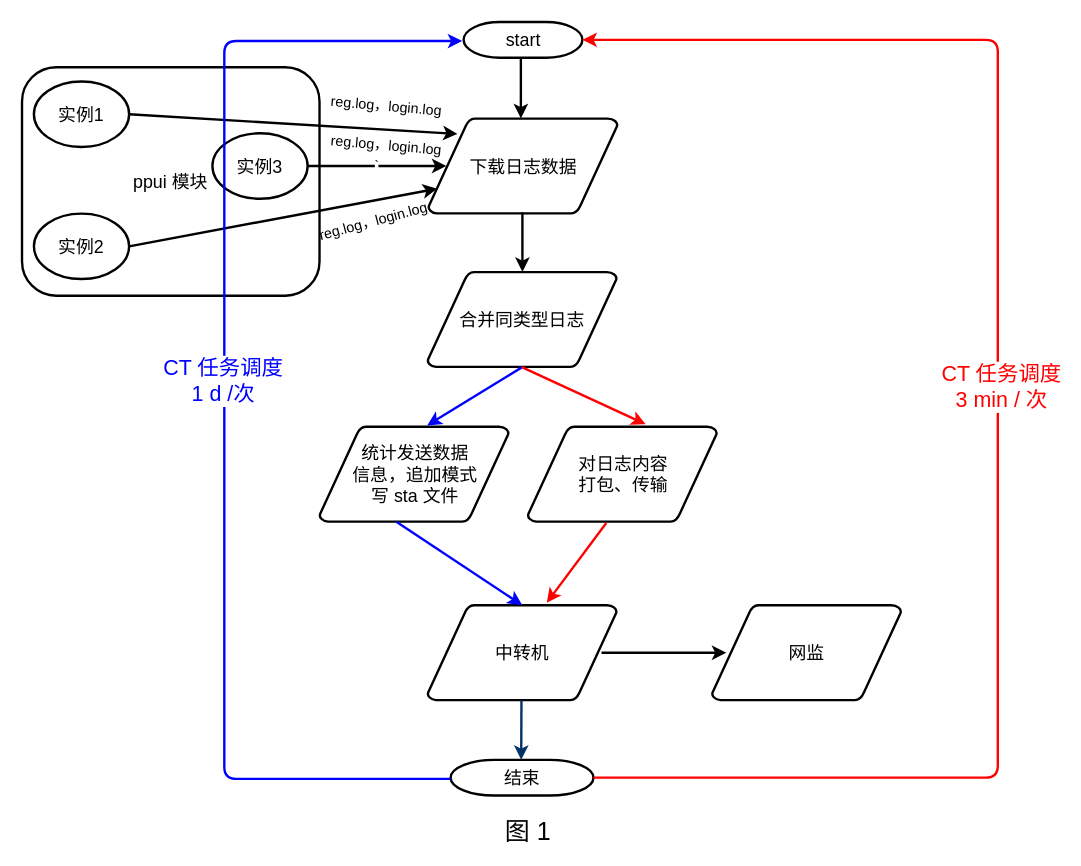
Before: Untitled Diagram.drawio in ywq1113/VASP_script, a draw.io diagram. Source tidied: cells renumbered, new cells numbered last; positions are measured from the earlier drawing's top-left corner, leaving out a move shared by most shapes. Both pictures are drawn from the tidied source at 119%, with x=0, y=0 at pixel (21, 21).
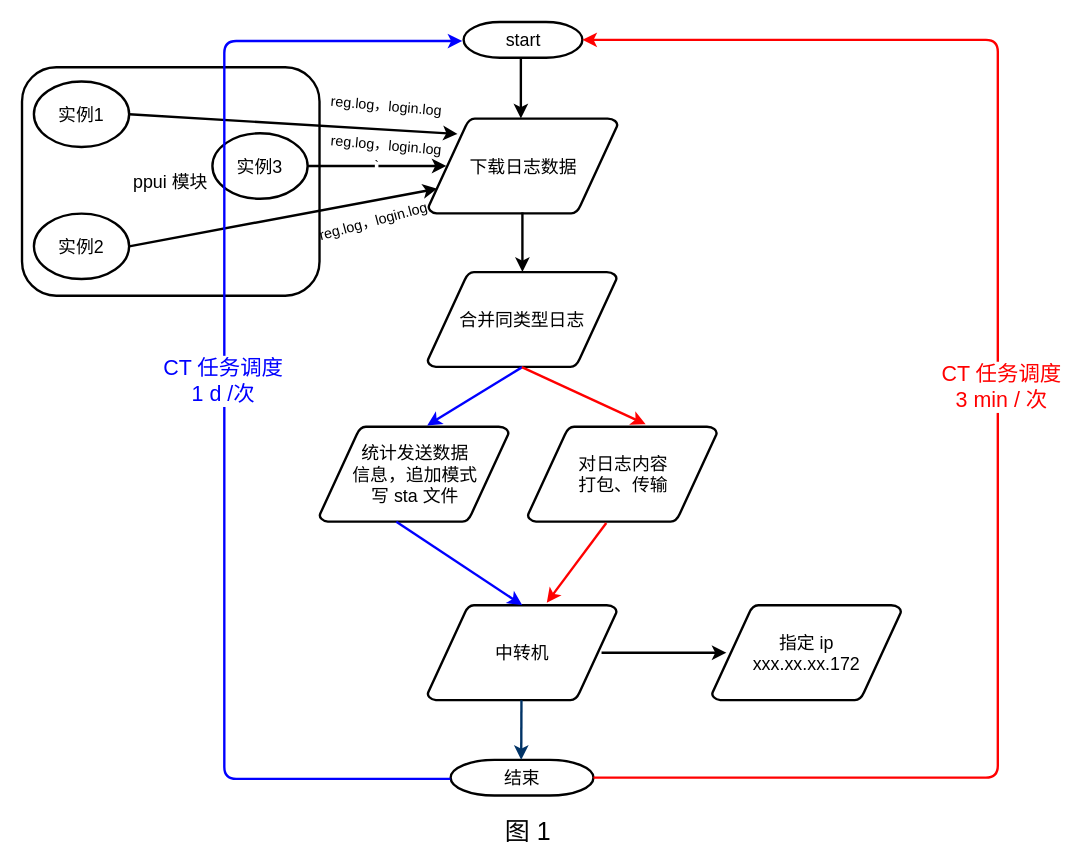
The same diagram, later.

Diff of the diagram source:
```diff
@@
-    <mxCell id="30" value="&lt;font style=&quot;font-size: 15px&quot;&gt;网监&lt;/font&gt;" style="shape=mxgraph.flowchart.data;strokeWidth=2;gradientColor=none;gradientDirection=north;fontStyle=0;html=1;" parent="1" vertex="1">
+    <mxCell id="30" value="&lt;font style=&quot;font-size: 15px&quot;&gt;指定 ip&lt;br&gt;xxx.xx.xx.172&lt;br&gt;&lt;/font&gt;" style="shape=mxgraph.flowchart.data;strokeWidth=2;gradientColor=none;gradientDirection=north;fontStyle=0;html=1;" parent="1" vertex="1">
       <mxGeometry x="579.8" y="490" width="159" height="80" as="geometry" />
     </mxCell>
```
